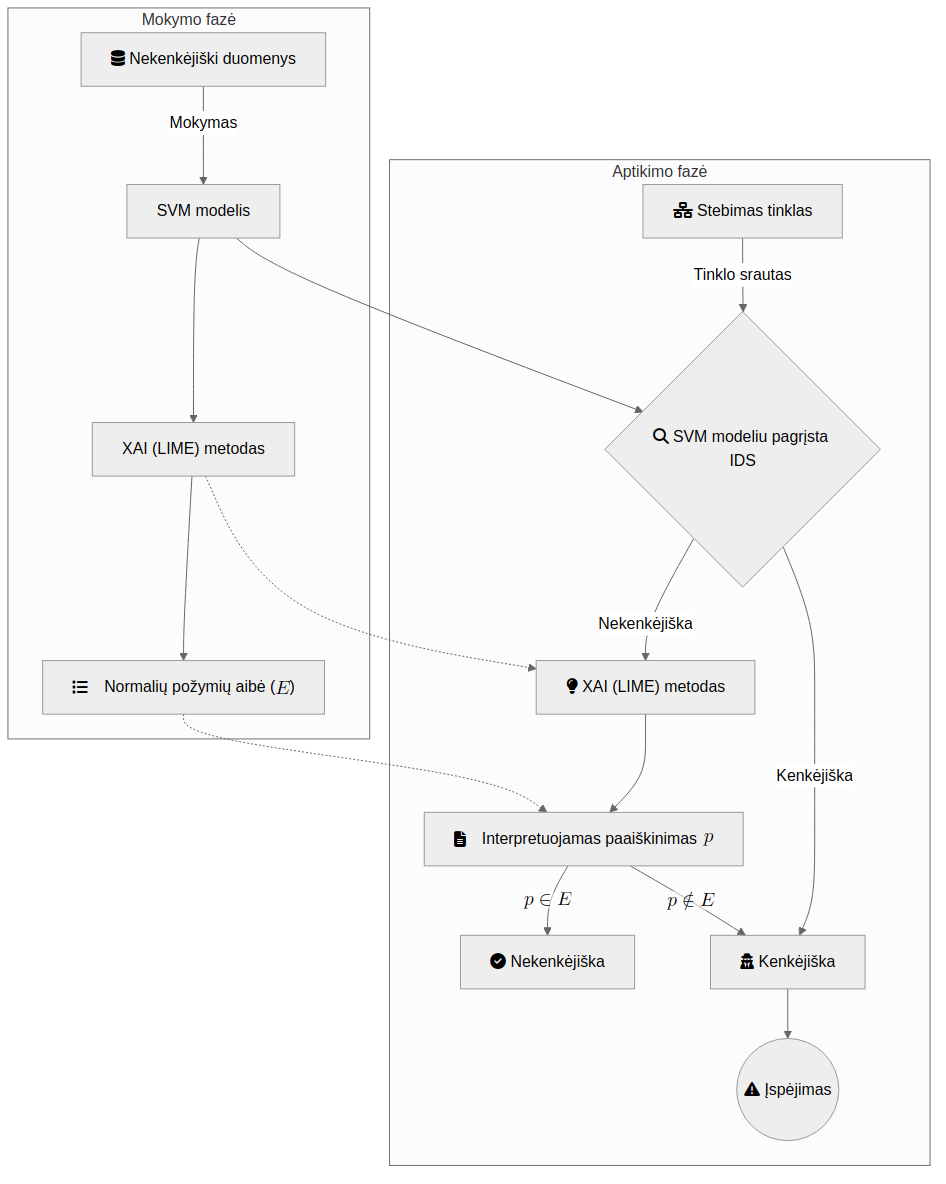
This is images/ids.png from onlyidev/bachelor.thesis, a Mermaid export, as it was before one commit. Its source is kept beside it as diagrams/ids.mmd.
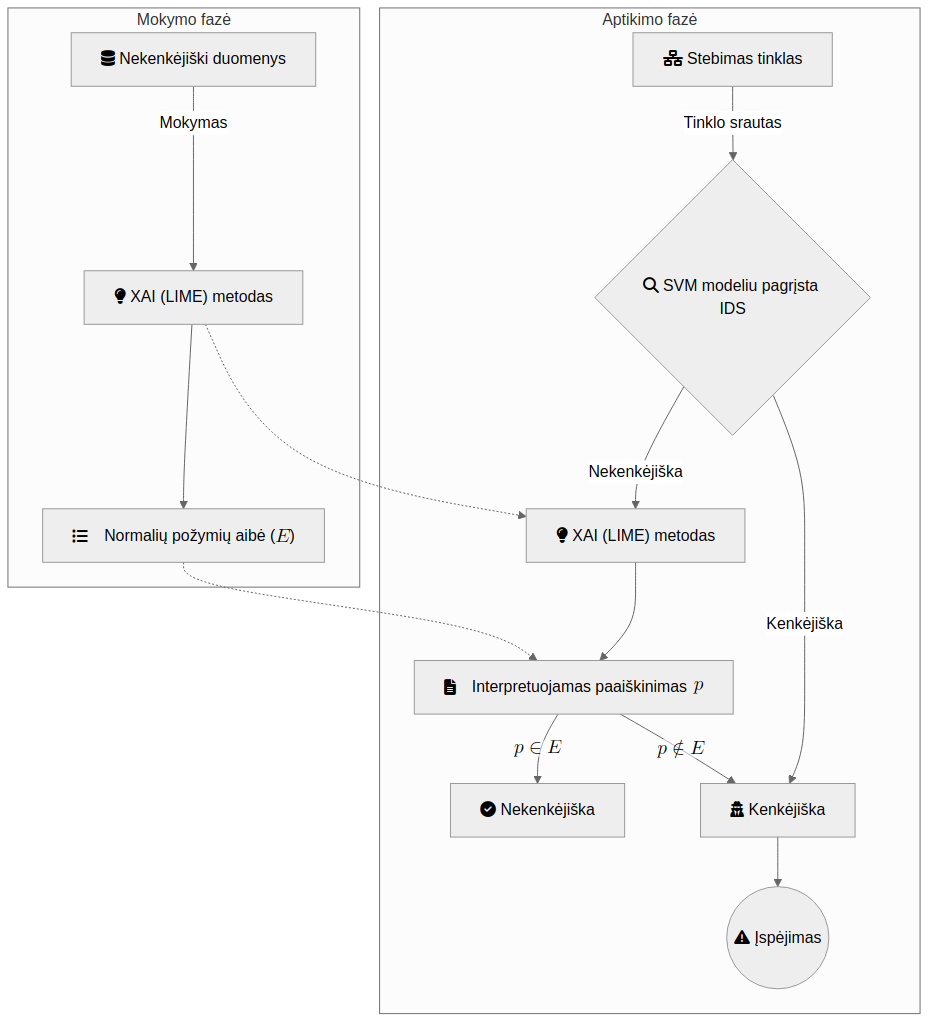
Later version of the same file.

Change to the diagram source:
```diff
@@ -1,7 +1,6 @@
 graph TD
     subgraph Mokymo fazė
-        A[<i class='fa fa-database'></i> Nekenkėjiški duomenys] -- Mokymas --> B[SVM modelis];
-        B --> C["XAI (LIME) metodas"];
+        A[<i class='fa fa-database'></i> Nekenkėjiški duomenys] -- Mokymas --> C["<i class='fa fa-lightbulb'></i> XAI (LIME) metodas"];
         C --> D["<i style='margin-right: 1rem' class='fa fa-list'></i>Normalių požymių aibė ($$E$$)"];
     end
 
@@ -15,6 +14,5 @@
         L --> I((<i class='fa fa-exclamation-triangle'></i> Įspėjimas));
     end
 
-    B --> F;
     C -.-> G;
     D -.-> H;
```
